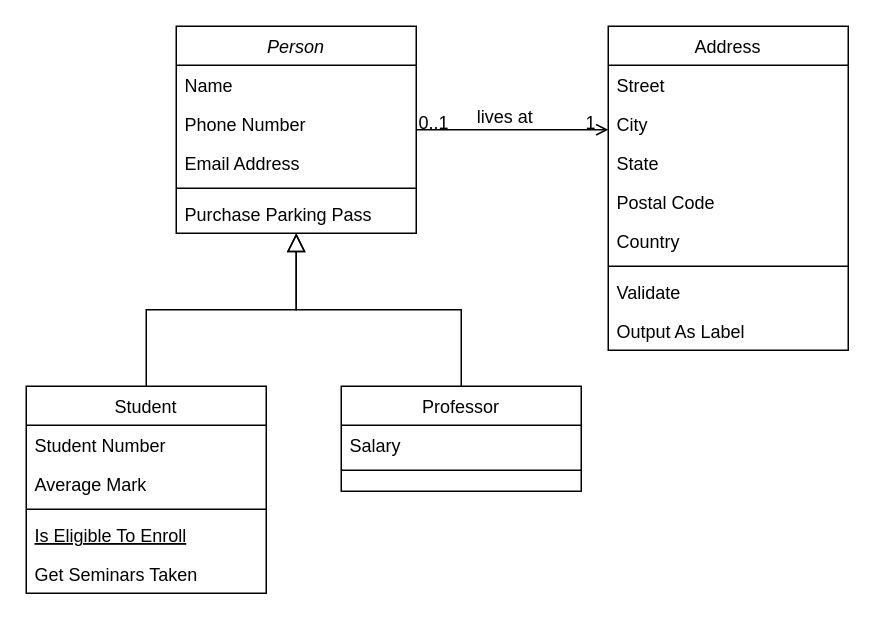
This is Untitled Diagram.drawio from Lily-Icode/Lily-Icode, a draw.io file, before an edit. Source tidied: cells renumbered, new cells numbered last; positions are measured from the earlier drawing's top-left corner, leaving out a move shared by most shapes. Both pictures are drawn from the tidied source at 150%, with x=0, y=0 at pixel (26, 26).
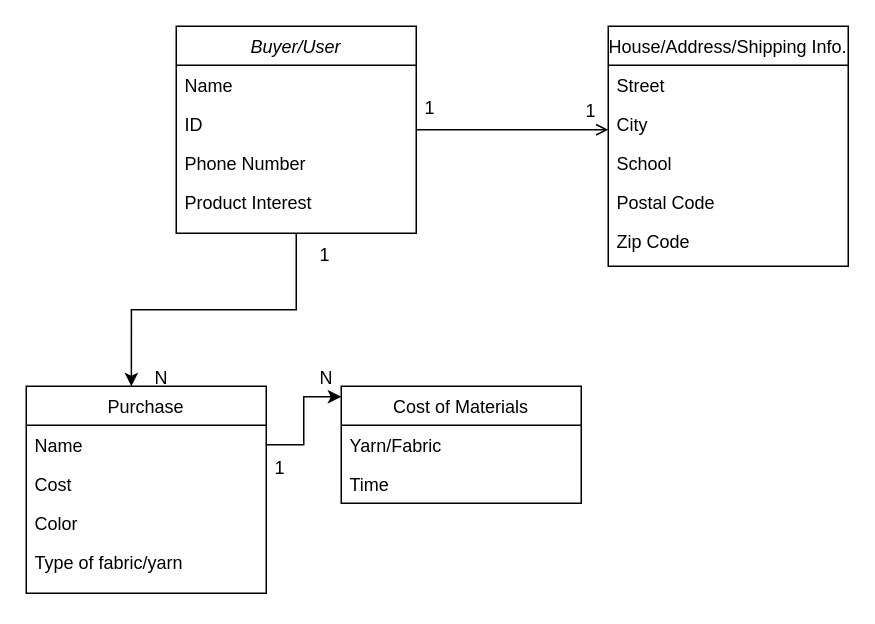
The same page after the edit.

The change refers to these unchanged cells:
```xml
<mxCell id="28" style="endArrow=open;shadow=0;strokeWidth=1;rounded=0;curved=0;endFill=1;edgeStyle=elbowEdgeStyle;elbow=vertical;" parent="1" edge="1" source="2" target="19">
  <mxGeometry x="0.5" y="41" relative="1" as="geometry">
    <mxPoint x="-40" y="32" as="offset" />
  </mxGeometry>
</mxCell>
```

Diff of the diagram source:
```diff
@@
-    <mxCell id="2" value="Person" style="swimlane;fontStyle=2;align=center;verticalAlign=top;horizontal=1;startSize=26;rounded=0;shadow=0;strokeWidth=1;" parent="1" vertex="1">
+    <mxCell id="2" value="Buyer/User" style="swimlane;fontStyle=2;align=center;verticalAlign=top;horizontal=1;startSize=26;rounded=0;shadow=0;strokeWidth=1;" parent="1" vertex="1">
       <mxGeometry x="100" width="160" height="138" as="geometry" />
     </mxCell>
@@
-    <mxCell id="4" value="Phone Number" style="text;align=left;verticalAlign=top;spacingLeft=4;spacingRight=4;overflow=hidden;rounded=0;shadow=0;html=0;" parent="2" vertex="1">
+    <mxCell id="4" value="ID" style="text;align=left;verticalAlign=top;spacingLeft=4;spacingRight=4;overflow=hidden;rounded=0;shadow=0;html=0;" parent="2" vertex="1">
       <mxGeometry y="52" width="160" height="26" as="geometry" />
     </mxCell>
-    <mxCell id="5" value="Email Address" style="text;align=left;verticalAlign=top;spacingLeft=4;spacingRight=4;overflow=hidden;rounded=0;shadow=0;html=0;" parent="2" vertex="1">
+    <mxCell id="5" value="Phone Number" style="text;align=left;verticalAlign=top;spacingLeft=4;spacingRight=4;overflow=hidden;rounded=0;shadow=0;html=0;" parent="2" vertex="1">
       <mxGeometry y="78" width="160" height="26" as="geometry" />
     </mxCell>
-    <mxCell id="6" style="line;html=1;strokeWidth=1;align=left;verticalAlign=middle;spacingTop=-1;spacingLeft=3;spacingRight=3;labelPosition=right;" parent="2" vertex="1">
-      <mxGeometry y="104" width="160" height="8" as="geometry" />
-    </mxCell>
-    <mxCell id="7" value="Purchase Parking Pass" style="text;align=left;verticalAlign=top;spacingLeft=4;spacingRight=4;overflow=hidden;" parent="2" vertex="1">
-      <mxGeometry y="112" width="160" height="26" as="geometry" />
+    <mxCell id="7" value="Product Interest" style="text;align=left;verticalAlign=top;spacingLeft=4;spacingRight=4;overflow=hidden;" parent="2" vertex="1">
+      <mxGeometry y="104" width="160" height="26" as="geometry" />
     </mxCell>
-    <mxCell id="8" value="Student" style="swimlane;fontStyle=0;align=center;verticalAlign=top;horizontal=1;startSize=26;rounded=0;shadow=0;strokeWidth=1;" parent="1" vertex="1">
+    <mxCell id="8" value="Purchase" style="swimlane;fontStyle=0;align=center;verticalAlign=top;horizontal=1;startSize=26;rounded=0;shadow=0;strokeWidth=1;" parent="1" vertex="1">
       <mxGeometry y="240" width="160" height="138" as="geometry" />
     </mxCell>
-    <mxCell id="9" value="Student Number" style="text;align=left;verticalAlign=top;spacingLeft=4;spacingRight=4;overflow=hidden;points=[[0,0.5],[1,0.5]];portConstraint=eastwest;" parent="8" vertex="1">
+    <mxCell id="9" value="Name" style="text;align=left;verticalAlign=top;spacingLeft=4;spacingRight=4;overflow=hidden;points=[[0,0.5],[1,0.5]];portConstraint=eastwest;" parent="8" vertex="1">
       <mxGeometry y="26" width="160" height="26" as="geometry" />
     </mxCell>
-    <mxCell id="10" value="Average Mark" style="text;align=left;verticalAlign=top;spacingLeft=4;spacingRight=4;overflow=hidden;rounded=0;shadow=0;html=0;" parent="8" vertex="1">
+    <mxCell id="10" value="Cost" style="text;align=left;verticalAlign=top;spacingLeft=4;spacingRight=4;overflow=hidden;rounded=0;shadow=0;html=0;" parent="8" vertex="1">
       <mxGeometry y="52" width="160" height="26" as="geometry" />
     </mxCell>
-    <mxCell id="11" style="line;html=1;strokeWidth=1;align=left;verticalAlign=middle;spacingTop=-1;spacingLeft=3;spacingRight=3;labelPosition=right;" parent="8" vertex="1">
-      <mxGeometry y="78" width="160" height="8" as="geometry" />
-    </mxCell>
-    <mxCell id="12" value="Is Eligible To Enroll" style="text;align=left;verticalAlign=top;spacingLeft=4;spacingRight=4;overflow=hidden;fontStyle=4;" parent="8" vertex="1">
-      <mxGeometry y="86" width="160" height="26" as="geometry" />
+    <mxCell id="12" value="Color" style="text;align=left;verticalAlign=top;spacingLeft=4;spacingRight=4;overflow=hidden;fontStyle=0;" parent="8" vertex="1">
+      <mxGeometry y="78" width="160" height="26" as="geometry" />
     </mxCell>
-    <mxCell id="13" value="Get Seminars Taken" style="text;align=left;verticalAlign=top;spacingLeft=4;spacingRight=4;overflow=hidden;" parent="8" vertex="1">
-      <mxGeometry y="112" width="160" height="26" as="geometry" />
+    <mxCell id="13" value="Type of fabric/yarn" style="text;align=left;verticalAlign=top;spacingLeft=4;spacingRight=4;overflow=hidden;" parent="8" vertex="1">
+      <mxGeometry y="104" width="160" height="26" as="geometry" />
     </mxCell>
-    <mxCell id="14" style="endArrow=block;endSize=10;endFill=0;shadow=0;strokeWidth=1;rounded=0;curved=0;edgeStyle=elbowEdgeStyle;elbow=vertical;" parent="1" edge="1" source="8" target="2">
-      <mxGeometry relative="1" as="geometry" />
-    </mxCell>
-    <mxCell id="15" value="Professor" style="swimlane;fontStyle=0;align=center;verticalAlign=top;horizontal=1;startSize=26;rounded=0;shadow=0;strokeWidth=1;" parent="1" vertex="1">
-      <mxGeometry x="210" y="240" width="160" height="70" as="geometry" />
+    <mxCell id="15" value="Cost of Materials" style="swimlane;fontStyle=0;align=center;verticalAlign=top;horizontal=1;startSize=26;rounded=0;shadow=0;strokeWidth=1;" parent="1" vertex="1">
+      <mxGeometry x="210" y="240" width="160" height="78" as="geometry" />
     </mxCell>
-    <mxCell id="16" value="Salary" style="text;align=left;verticalAlign=top;spacingLeft=4;spacingRight=4;overflow=hidden;" parent="15" vertex="1">
+    <mxCell id="16" value="Yarn/Fabric" style="text;align=left;verticalAlign=top;spacingLeft=4;spacingRight=4;overflow=hidden;" parent="15" vertex="1">
       <mxGeometry y="26" width="160" height="26" as="geometry" />
     </mxCell>
-    <mxCell id="17" style="line;html=1;strokeWidth=1;align=left;verticalAlign=middle;spacingTop=-1;spacingLeft=3;spacingRight=3;labelPosition=right;" parent="15" vertex="1">
-      <mxGeometry y="52" width="160" height="8" as="geometry" />
-    </mxCell>
-    <mxCell id="18" style="endArrow=block;endSize=10;endFill=0;shadow=0;strokeWidth=1;rounded=0;curved=0;edgeStyle=elbowEdgeStyle;elbow=vertical;" parent="1" edge="1" source="15" target="2">
-      <mxGeometry relative="1" as="geometry" />
-    </mxCell>
+    <mxCell id="32" value="Time" style="text;align=left;verticalAlign=top;spacingLeft=4;spacingRight=4;overflow=hidden;" parent="15" vertex="1">
+      <mxGeometry y="52" width="160" height="26" as="geometry" />
+    </mxCell>
-    <mxCell id="19" value="Address" style="swimlane;fontStyle=0;align=center;verticalAlign=top;horizontal=1;startSize=26;rounded=0;shadow=0;strokeWidth=1;" parent="1" vertex="1">
-      <mxGeometry x="388" width="160" height="216" as="geometry" />
+    <mxCell id="19" value="House/Address/Shipping Info." style="swimlane;fontStyle=0;align=center;verticalAlign=top;horizontal=1;startSize=26;rounded=0;shadow=0;strokeWidth=1;" parent="1" vertex="1">
+      <mxGeometry x="388" width="160" height="160" as="geometry" />
     </mxCell>
@@
-    <mxCell id="22" value="State" style="text;align=left;verticalAlign=top;spacingLeft=4;spacingRight=4;overflow=hidden;rounded=0;shadow=0;html=0;" parent="19" vertex="1">
+    <mxCell id="22" value="School" style="text;align=left;verticalAlign=top;spacingLeft=4;spacingRight=4;overflow=hidden;rounded=0;shadow=0;html=0;" parent="19" vertex="1">
       <mxGeometry y="78" width="160" height="26" as="geometry" />
     </mxCell>
@@
-    <mxCell id="24" value="Country" style="text;align=left;verticalAlign=top;spacingLeft=4;spacingRight=4;overflow=hidden;rounded=0;shadow=0;html=0;" parent="19" vertex="1">
+    <mxCell id="24" value="Zip Code" style="text;align=left;verticalAlign=top;spacingLeft=4;spacingRight=4;overflow=hidden;rounded=0;shadow=0;html=0;" parent="19" vertex="1">
       <mxGeometry y="130" width="160" height="26" as="geometry" />
     </mxCell>
-    <mxCell id="25" style="line;html=1;strokeWidth=1;align=left;verticalAlign=middle;spacingTop=-1;spacingLeft=3;spacingRight=3;labelPosition=right;" parent="19" vertex="1">
-      <mxGeometry y="156" width="160" height="8" as="geometry" />
-    </mxCell>
-    <mxCell id="26" value="Validate" style="text;align=left;verticalAlign=top;spacingLeft=4;spacingRight=4;overflow=hidden;" parent="19" vertex="1">
-      <mxGeometry y="164" width="160" height="26" as="geometry" />
-    </mxCell>
-    <mxCell id="27" value="Output As Label" style="text;align=left;verticalAlign=top;spacingLeft=4;spacingRight=4;overflow=hidden;" parent="19" vertex="1">
-      <mxGeometry y="190" width="160" height="26" as="geometry" />
-    </mxCell>
@@
-    <mxCell id="29" value="0..1" style="align=left;verticalAlign=bottom;labelBackgroundColor=none;fontSize=12;" parent="28" vertex="1">
-      <mxGeometry x="-1" relative="1" as="geometry">
-        <mxPoint y="4" as="offset" />
-      </mxGeometry>
-    </mxCell>
     <mxCell id="30" value="1" style="align=right;verticalAlign=bottom;labelBackgroundColor=none;fontSize=12;" parent="28" vertex="1">
       <mxGeometry x="1" relative="1" as="geometry">
-        <mxPoint x="-7" y="4" as="offset" />
+        <mxPoint x="-7" y="-4" as="offset" />
       </mxGeometry>
     </mxCell>
-    <mxCell id="31" value="lives at" style="text;html=1;align=center;verticalAlign=middle;labelBackgroundColor=none;rounded=0;shadow=0;strokeWidth=1;fontSize=12;" parent="28" vertex="1">
-      <mxGeometry x="0.5" y="49" relative="1" as="geometry">
-        <mxPoint x="-38" y="40" as="offset" />
-      </mxGeometry>
-    </mxCell>
+    <mxCell id="33" value="1" style="text;strokeColor=none;fillColor=none;align=left;verticalAlign=middle;spacingLeft=4;spacingRight=4;overflow=hidden;whiteSpace=wrap;html=1;" parent="1" vertex="1">
+      <mxGeometry x="190" y="138" width="80" height="30" as="geometry" />
+    </mxCell>
+    <mxCell id="34" value="N" style="text;strokeColor=none;fillColor=none;align=left;verticalAlign=middle;spacingLeft=4;spacingRight=4;overflow=hidden;whiteSpace=wrap;html=1;" parent="1" vertex="1">
+      <mxGeometry x="80" y="220" width="80" height="30" as="geometry" />
+    </mxCell>
+    <mxCell id="35" style="edgeStyle=orthogonalEdgeStyle;rounded=0;jettySize=auto;html=1;entryX=0;entryY=0.09;entryDx=0;entryDy=0;entryPerimeter=0;" parent="1" edge="1" source="9" target="15">
+      <mxGeometry relative="1" as="geometry" />
+    </mxCell>
+    <mxCell id="36" value="1" style="text;strokeColor=none;fillColor=none;align=left;verticalAlign=middle;spacingLeft=4;spacingRight=4;overflow=hidden;whiteSpace=wrap;html=1;" parent="1" vertex="1">
+      <mxGeometry x="160" y="280" width="80" height="30" as="geometry" />
+    </mxCell>
+    <mxCell id="37" style="edgeStyle=orthogonalEdgeStyle;rounded=0;jettySize=auto;html=1;entryX=0.438;entryY=0;entryDx=0;entryDy=0;entryPerimeter=0;" parent="1" edge="1" source="2" target="8">
+      <mxGeometry relative="1" as="geometry" />
+    </mxCell>
+    <mxCell id="38" value="1" style="text;strokeColor=none;fillColor=none;align=left;verticalAlign=middle;spacingLeft=4;spacingRight=4;overflow=hidden;whiteSpace=wrap;html=1;" parent="1" vertex="1">
+      <mxGeometry x="260" y="40" width="80" height="30" as="geometry" />
+    </mxCell>
+    <mxCell id="39" value="N" style="text;strokeColor=none;fillColor=none;align=left;verticalAlign=middle;spacingLeft=4;spacingRight=4;overflow=hidden;whiteSpace=wrap;html=1;" parent="1" vertex="1">
+      <mxGeometry x="190" y="220" width="80" height="30" as="geometry" />
+    </mxCell>
```
